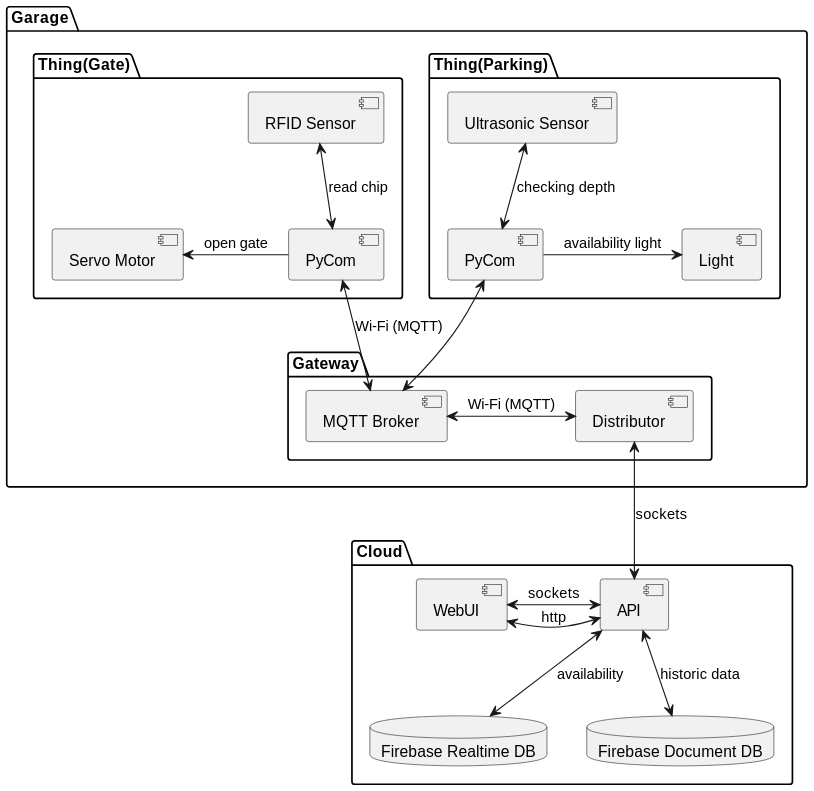
JBrO910/find-my-spot-piot keeps this PlantUML diagram as docs/architecture.svg. Above is the earlier version.
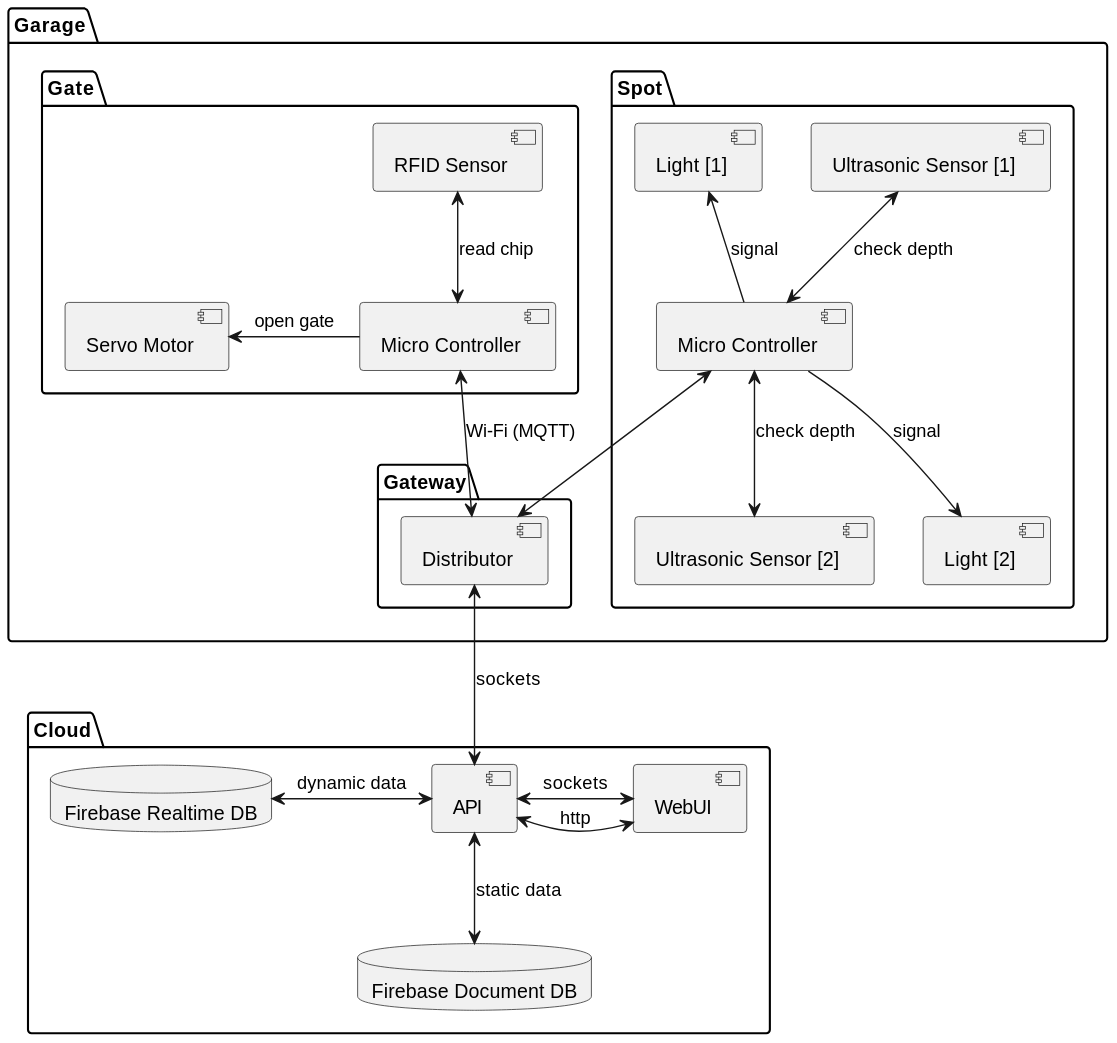
Above is the later version.

Diff of the diagram source:
```diff
@@ -1,32 +1,37 @@
 @startuml
 
 package Garage {
-    package Thing(Parking) {
-        component "Ultrasonic Sensor" as sensor
-        component "PyCom" as py
-        component "Light" as actuator
+    package Spot {
+        component "Ultrasonic Sensor [1]" as sensor1
+        component "Light [1]" as actuator1
 
-        sensor <-d-> py : checking depth
-        actuator <-l- py : availability light
+        component "Ultrasonic Sensor [2]" as sensor2
+        component "Light [2]" as actuator2
+
+        component "Micro Controller" as py
+
+        sensor1 <-d-> py : check depth
+        actuator1 <-d- py : signal
+
+        sensor2 <-u-> py : check depth
+        actuator2 <-u- py : signal
     }
 
-    package Thing(Gate) {
-        component "RFID Sensor" as sensor2
-        component "PyCom" as py2
-        component "Servo Motor" as actuator2
+    package Gate {
+        component "RFID Sensor" as sensorGate
+        component "Micro Controller" as py2
+        component "Servo Motor" as actuatorGate
 
-        sensor2 <-d-> py2 : read chip
-        actuator2 <-r- py2 : open gate
+        sensorGate <-d-> py2 : read chip
+        actuatorGate <-r- py2 : open gate
     }
 
     package Gateway {
-        component "MQTT Broker" as broker
         component Distributor as distributor
     }
 
-    py <-d-> broker
-    py2 <-d-> broker : Wi-Fi (MQTT)
-    broker <-r-> distributor : Wi-Fi (MQTT)
+    py <--> distributor
+    py2 <--> distributor : Wi-Fi (MQTT)
 }
 
 package Cloud {
@@ -37,10 +42,11 @@
 
     component WebUI as web
 
-    api <-l-> web : sockets
-    api <-l-> web : http
-    api <-d-> realtimedb : availability
-    api <-d-> documentdb : historic data
+    api <-r-> web : sockets
+    api <-r-> web : http
+
+    api <-l-> realtimedb : dynamic data
+    api <--> documentdb : static data
 
     distributor <--> api : sockets
 }
```
